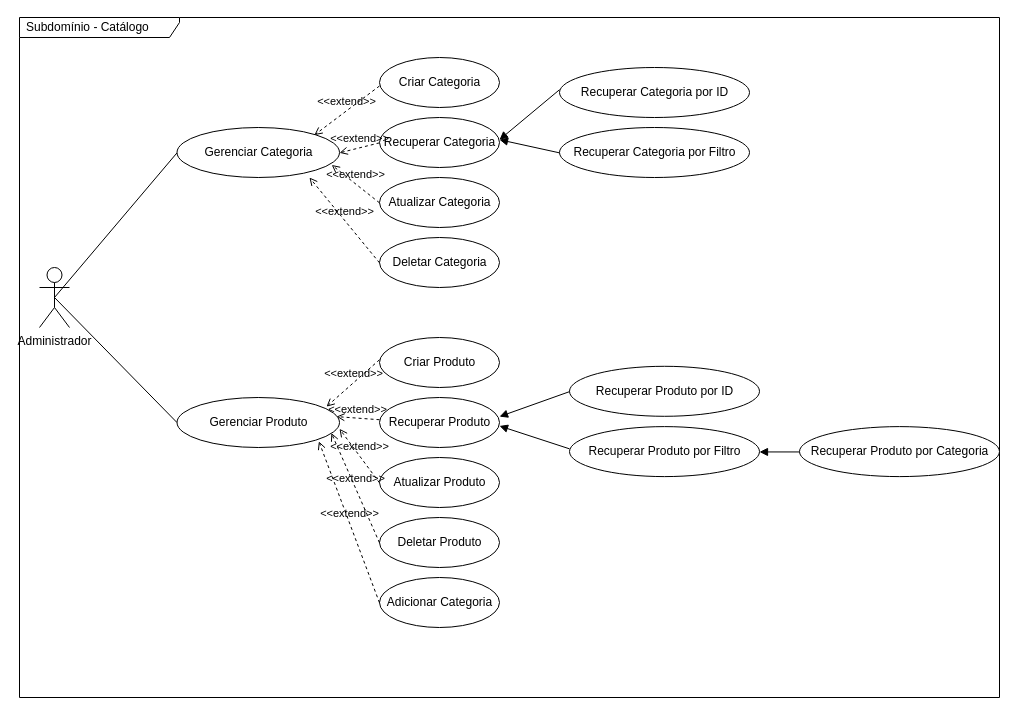
Above: page "Subdomínio - Catálogo" (2 of 2) of requirements/ecommerce-caso-uso.drawio in RigorbertoCosta/ecommerce-node-api (draw.io), before the change. Source tidied: cells renumbered, new cells numbered last; positions are measured from the earlier drawing's top-left corner, leaving out a move shared by most shapes. Both pictures are drawn from the tidied source at 100%, with x=0, y=0 at pixel (19, 17).
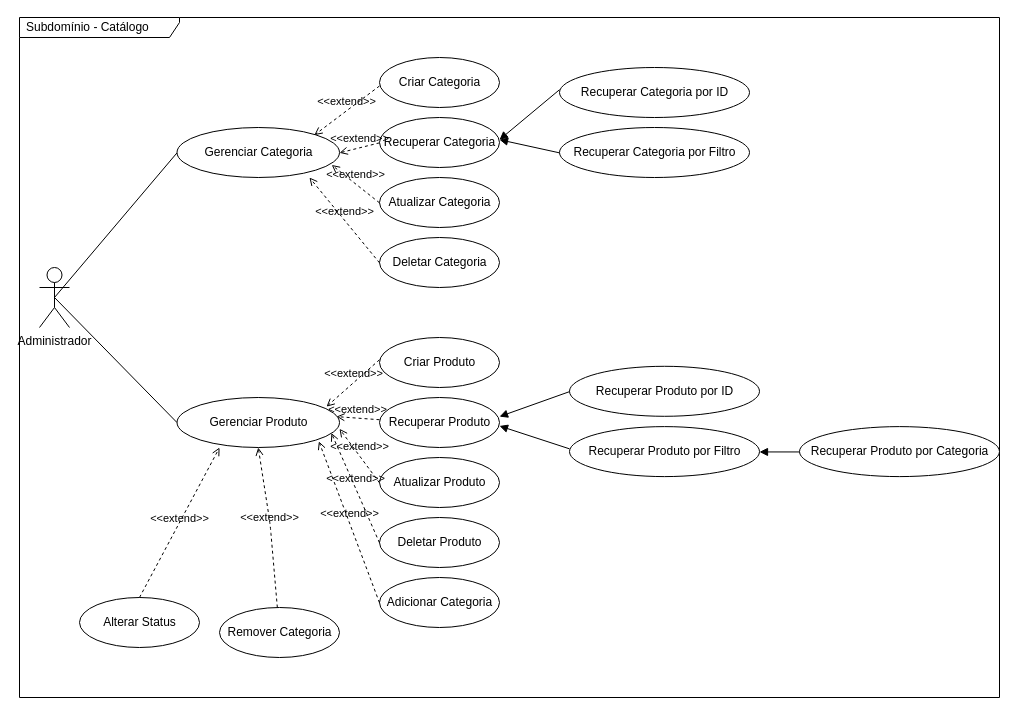
Above is the later version.

Unchanged cells that the change refers to:
```xml
<mxCell id="4" style="shape=ellipse;horizontal=1;html=1;dashed=0;" parent="1" vertex="1">
  <mxGeometry x="157.5" y="380" width="162.5" height="50" as="geometry" />
</mxCell>
```

What changed in the source:
```diff
@@
+    <mxCell id="52" style="shape=ellipse;horizontal=1;html=1;dashed=0;" parent="1" vertex="1">
+      <mxGeometry x="200" y="590" width="120" height="50" as="geometry" />
+    </mxCell>
+    <mxCell id="53" value="Remover Categoria" style="html=1;strokeColor=none;fillColor=none;align=center;verticalAlign=middle;" parent="52" vertex="1">
+      <mxGeometry y="19.1" width="120" height="12.5" as="geometry" />
+    </mxCell>
+    <mxCell id="54" value="&amp;lt;&amp;lt;extend&amp;gt;&amp;gt;" style="html=1;verticalAlign=bottom;labelBackgroundColor=none;endArrow=open;endFill=0;dashed=1;entryX=0.5;entryY=1;entryDx=0;entryDy=0;" parent="1" edge="1" source="52" target="4">
+      <mxGeometry x="0.01" y="1" relative="1" as="geometry">
+        <Array as="points">
+          <mxPoint x="250.6" y="506.1" />
+        </Array>
+      </mxGeometry>
+    </mxCell>
+    <mxCell id="55" style="shape=ellipse;horizontal=1;html=1;dashed=0;" parent="1" vertex="1">
+      <mxGeometry x="60" y="580" width="120" height="50" as="geometry" />
+    </mxCell>
+    <mxCell id="56" value="Alterar Status" style="html=1;strokeColor=none;fillColor=none;align=center;verticalAlign=middle;" parent="55" vertex="1">
+      <mxGeometry y="19.1" width="120" height="12.5" as="geometry" />
+    </mxCell>
+    <mxCell id="57" value="&amp;lt;&amp;lt;extend&amp;gt;&amp;gt;" style="html=1;verticalAlign=bottom;labelBackgroundColor=none;endArrow=open;endFill=0;dashed=1;entryX=0.262;entryY=1;entryDx=0;entryDy=0;entryPerimeter=0;exitX=0.5;exitY=0;exitDx=0;exitDy=0;" parent="1" edge="1" source="55" target="4">
+      <mxGeometry x="-0.05" y="-2" relative="1" as="geometry">
+        <mxPoint y="1" as="offset" />
+      </mxGeometry>
+    </mxCell>
```
